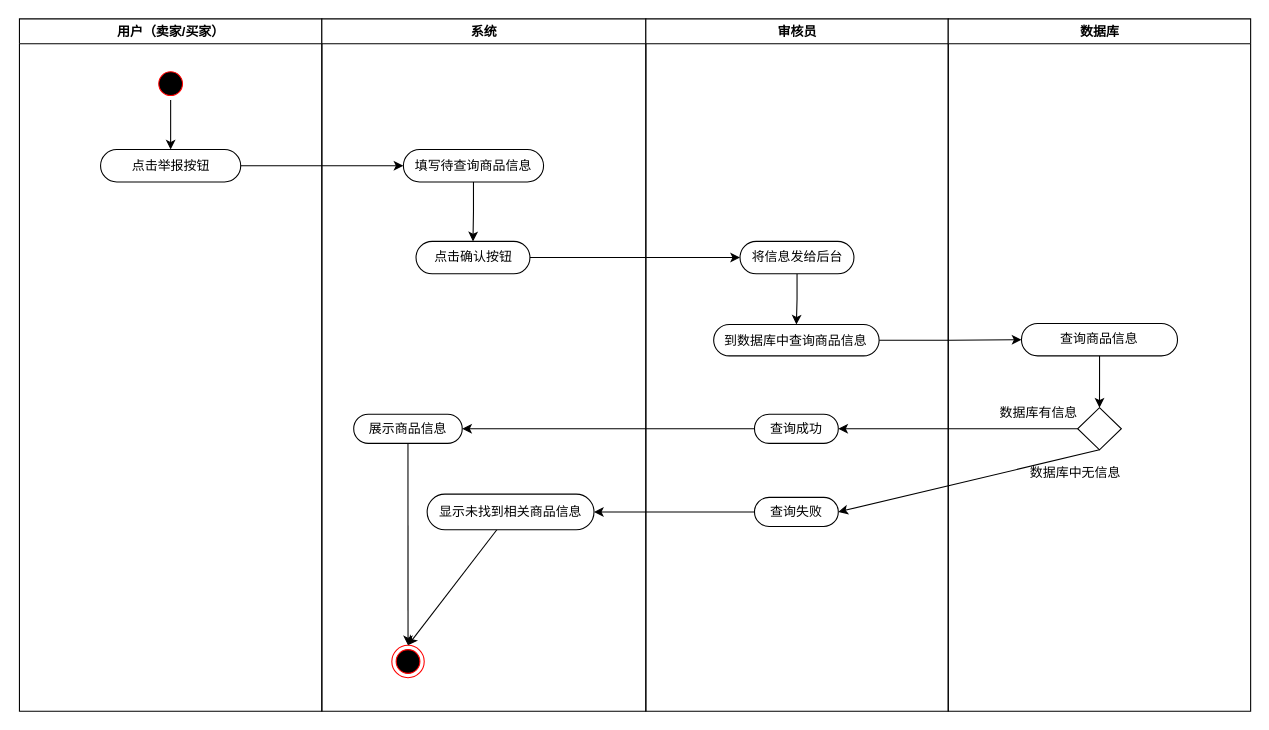
200928/image keeps this draw.io diagram as 违规举报活动图.drawio. Above is the earlier version. Source tidied: cells renumbered, new cells numbered last; positions are measured from the earlier drawing's top-left corner, leaving out a move shared by most shapes. Both pictures are drawn from the tidied source at 108%, with x=0, y=0 at pixel (18, 18).
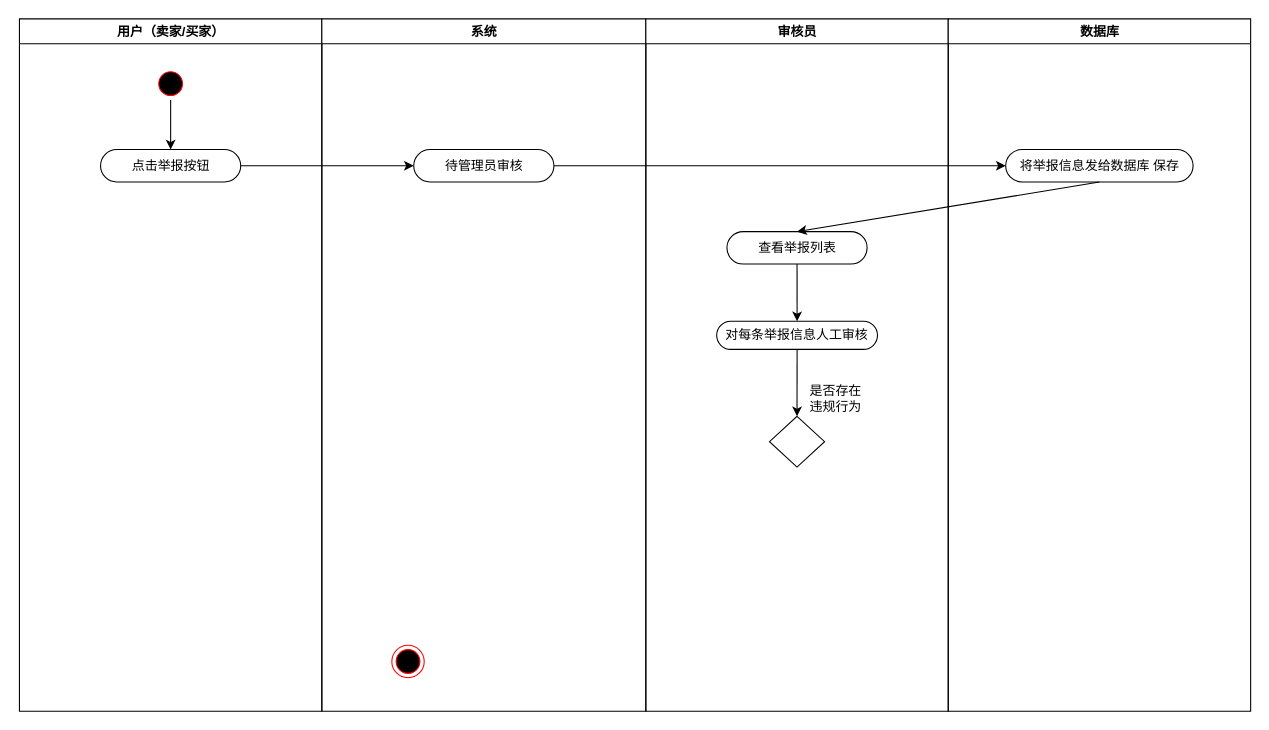
Above is the later version.

Commit message (it also covers changes not shown here):
更新违规举报活动图.drawio

Unchanged cells that the change refers to:
```xml
<mxCell id="5" value="点击举报按钮" style="rounded=1;whiteSpace=wrap;html=1;arcSize=50;" parent="2" vertex="1">
  <mxGeometry x="75.1" y="121" width="129.8" height="30" as="geometry" />
</mxCell>
<mxCell id="6" value="系统" style="swimlane;whiteSpace=wrap;" parent="1" vertex="1">
  <mxGeometry x="280.5" width="300" height="641" as="geometry" />
</mxCell>
<mxCell id="15" value="审核员" style="swimlane;whiteSpace=wrap;" parent="1" vertex="1">
  <mxGeometry x="580.5" width="280" height="641" as="geometry" />
</mxCell>
```

The edit, as a diff of the source:
```diff
@@
-    <mxCell id="7" style="edgeStyle=orthogonalEdgeStyle;rounded=0;jettySize=auto;html=1;entryX=0.5;entryY=0;entryDx=0;entryDy=0;" parent="6" edge="1" source="8" target="9">
-      <mxGeometry relative="1" as="geometry" />
-    </mxCell>
+    <mxCell id="10" style="ellipse;html=1;shape=endState;fillColor=#000000;strokeColor=#ff0000;" parent="6" vertex="1">
+      <mxGeometry x="64.8" y="580" width="30" height="30" as="geometry" />
+    </mxCell>
-    <mxCell id="8" value="填写待查询商品信息" style="rounded=1;whiteSpace=wrap;html=1;arcSize=50;" parent="6" vertex="1">
-      <mxGeometry x="75.5" y="121" width="129.8" height="30" as="geometry" />
+    <mxCell id="8" value="待管理员审核" style="rounded=1;whiteSpace=wrap;html=1;arcSize=50;" parent="6" vertex="1">
+      <mxGeometry x="85.1" y="121" width="129.8" height="30" as="geometry" />
     </mxCell>
-    <mxCell id="9" value="点击确认按钮" style="rounded=1;whiteSpace=wrap;html=1;arcSize=50;" parent="6" vertex="1">
-      <mxGeometry x="87.2" y="206" width="105.5" height="30" as="geometry" />
-    </mxCell>
-    <mxCell id="10" style="ellipse;html=1;shape=endState;fillColor=#000000;strokeColor=#ff0000;" parent="6" vertex="1">
-      <mxGeometry x="64.8" y="580" width="30" height="30" as="geometry" />
-    </mxCell>
-    <mxCell id="11" style="edgeStyle=none;rounded=0;jettySize=auto;html=1;entryX=0.5;entryY=0;entryDx=0;entryDy=0;" parent="6" edge="1" source="12" target="10">
-      <mxGeometry relative="1" as="geometry" />
-    </mxCell>
-    <mxCell id="12" value="展示商品信息" style="rounded=1;whiteSpace=wrap;html=1;arcSize=50;" parent="6" vertex="1">
-      <mxGeometry x="29.5" y="366" width="100.5" height="27" as="geometry" />
-    </mxCell>
-    <mxCell id="13" style="edgeStyle=none;rounded=0;jettySize=auto;html=1;entryX=0.5;entryY=0;entryDx=0;entryDy=0;" parent="6" edge="1" source="14" target="10">
-      <mxGeometry relative="1" as="geometry" />
-    </mxCell>
-    <mxCell id="14" value="显示未找到相关商品信息" style="rounded=1;whiteSpace=wrap;html=1;arcSize=50;" parent="6" vertex="1">
-      <mxGeometry x="97.5" y="440" width="154.5" height="33" as="geometry" />
-    </mxCell>
@@
-    <mxCell id="16" style="edgeStyle=orthogonalEdgeStyle;rounded=0;jettySize=auto;html=1;entryX=0.5;entryY=0;entryDx=0;entryDy=0;" parent="15" edge="1" source="17" target="18">
-      <mxGeometry relative="1" as="geometry" />
-    </mxCell>
+    <mxCell id="34" style="edgeStyle=none;rounded=0;jettySize=auto;html=1;entryX=0.5;entryY=0;entryDx=0;entryDy=0;" parent="15" edge="1" source="35" target="37">
+      <mxGeometry relative="1" as="geometry" />
+    </mxCell>
+    <mxCell id="35" value="查看举报列表" style="rounded=1;whiteSpace=wrap;html=1;arcSize=50;" parent="15" vertex="1">
+      <mxGeometry x="75.1" y="197" width="129.8" height="30" as="geometry" />
+    </mxCell>
+    <mxCell id="36" style="edgeStyle=none;rounded=0;jettySize=auto;html=1;entryX=0.5;entryY=0;entryDx=0;entryDy=0;" parent="15" edge="1" source="37" target="38">
+      <mxGeometry relative="1" as="geometry" />
+    </mxCell>
+    <mxCell id="37" value="对每条举报信息人工审核" style="rounded=1;whiteSpace=wrap;html=1;arcSize=50;" parent="15" vertex="1">
+      <mxGeometry x="65.6" y="280" width="148.9" height="26" as="geometry" />
+    </mxCell>
+    <mxCell id="38" style="rhombus;whiteSpace=wrap;html=1;" parent="15" vertex="1">
+      <mxGeometry x="114.5" y="368" width="51" height="47" as="geometry" />
+    </mxCell>
+    <mxCell id="39" value="是否存在&lt;br&gt;违规行为" style="text;html=1;align=center;verticalAlign=middle;strokeColor=none;fillColor=none;" parent="15" vertex="1">
+      <mxGeometry x="146.9" y="336" width="58" height="32" as="geometry" />
+    </mxCell>
+    <mxCell id="21" value="数据库" style="swimlane;whiteSpace=wrap;" parent="1" vertex="1">
+      <mxGeometry x="860.5" width="280" height="641" as="geometry" />
+    </mxCell>
-    <mxCell id="17" value="将信息发给后台" style="rounded=1;whiteSpace=wrap;html=1;arcSize=50;" parent="15" vertex="1">
-      <mxGeometry x="87.2" y="206" width="105.5" height="30" as="geometry" />
+    <mxCell id="17" value="将举报信息发给数据库 保存" style="rounded=1;whiteSpace=wrap;html=1;arcSize=50;" parent="21" vertex="1">
+      <mxGeometry x="53.2" y="121" width="173.5" height="30" as="geometry" />
     </mxCell>
-    <mxCell id="18" value="到数据库中查询商品信息" style="rounded=1;whiteSpace=wrap;html=1;arcSize=50;" parent="15" vertex="1">
-      <mxGeometry x="62.8" y="283" width="153.2" height="29" as="geometry" />
-    </mxCell>
-    <mxCell id="19" value="查询成功" style="rounded=1;whiteSpace=wrap;html=1;arcSize=50;" parent="15" vertex="1">
-      <mxGeometry x="100.6" y="366" width="77.6" height="27" as="geometry" />
-    </mxCell>
-    <mxCell id="20" value="查询失败" style="rounded=1;whiteSpace=wrap;html=1;arcSize=50;" parent="15" vertex="1">
-      <mxGeometry x="100.6" y="443" width="77.6" height="27" as="geometry" />
-    </mxCell>
-    <mxCell id="21" value="数据库" style="swimlane;whiteSpace=wrap;" parent="1" vertex="1">
-      <mxGeometry x="860.5" width="280" height="641" as="geometry" />
-    </mxCell>
-    <mxCell id="22" style="edgeStyle=orthogonalEdgeStyle;rounded=0;jettySize=auto;html=1;entryX=0.5;entryY=0;entryDx=0;entryDy=0;" parent="21" edge="1" source="23" target="24">
-      <mxGeometry relative="1" as="geometry" />
-    </mxCell>
-    <mxCell id="23" value="查询商品信息" style="rounded=1;whiteSpace=wrap;html=1;arcSize=50;" parent="21" vertex="1">
-      <mxGeometry x="67.8" y="282" width="144.5" height="30" as="geometry" />
-    </mxCell>
-    <mxCell id="24" style="rhombus;whiteSpace=wrap;html=1;" parent="21" vertex="1">
-      <mxGeometry x="119.8" y="360" width="40.5" height="39" as="geometry" />
-    </mxCell>
-    <mxCell id="25" value="数据库有信息" style="text;html=1;align=center;verticalAlign=middle;strokeColor=none;fillColor=none;" parent="21" vertex="1">
-      <mxGeometry x="42.5" y="356" width="82" height="18" as="geometry" />
-    </mxCell>
-    <mxCell id="26" value="数据库中无信息" style="text;html=1;align=center;verticalAlign=middle;strokeColor=none;fillColor=none;" parent="21" vertex="1">
-      <mxGeometry x="70.5" y="412" width="94" height="18" as="geometry" />
-    </mxCell>
+    <mxCell id="40" style="edgeStyle=orthogonalEdgeStyle;rounded=0;jettySize=auto;html=1;entryX=0;entryY=0.5;entryDx=0;entryDy=0;" parent="1" edge="1" source="8" target="17">
+      <mxGeometry relative="1" as="geometry" />
+    </mxCell>
-    <mxCell id="27" style="edgeStyle=orthogonalEdgeStyle;rounded=0;jettySize=auto;html=1;entryX=0;entryY=0.5;entryDx=0;entryDy=0;" parent="1" edge="1" source="5" target="8">
+    <mxCell id="27" style="rounded=0;jettySize=auto;html=1;entryX=0;entryY=0.5;entryDx=0;entryDy=0;" parent="1" edge="1" source="5" target="8">
       <mxGeometry relative="1" as="geometry" />
     </mxCell>
-    <mxCell id="28" style="edgeStyle=orthogonalEdgeStyle;rounded=0;jettySize=auto;html=1;entryX=0;entryY=0.5;entryDx=0;entryDy=0;" parent="1" edge="1" source="9" target="17">
-      <mxGeometry relative="1" as="geometry" />
-    </mxCell>
-    <mxCell id="29" style="edgeStyle=orthogonalEdgeStyle;rounded=0;jettySize=auto;html=1;entryX=0;entryY=0.5;entryDx=0;entryDy=0;" parent="1" edge="1" source="18" target="23">
-      <mxGeometry relative="1" as="geometry" />
-    </mxCell>
-    <mxCell id="30" style="edgeStyle=orthogonalEdgeStyle;rounded=0;jettySize=auto;html=1;entryX=1;entryY=0.5;entryDx=0;entryDy=0;" parent="1" edge="1" source="24" target="19">
-      <mxGeometry relative="1" as="geometry" />
-    </mxCell>
-    <mxCell id="31" style="rounded=0;jettySize=auto;html=1;entryX=1;entryY=0.5;entryDx=0;entryDy=0;exitX=0.5;exitY=1;exitDx=0;exitDy=0;" parent="1" edge="1" source="24" target="20">
-      <mxGeometry relative="1" as="geometry" />
-    </mxCell>
-    <mxCell id="32" style="edgeStyle=none;rounded=0;jettySize=auto;html=1;entryX=1;entryY=0.5;entryDx=0;entryDy=0;" parent="1" edge="1" source="19" target="12">
-      <mxGeometry relative="1" as="geometry" />
-    </mxCell>
-    <mxCell id="33" style="edgeStyle=none;rounded=0;jettySize=auto;html=1;entryX=1;entryY=0.5;entryDx=0;entryDy=0;" parent="1" edge="1" source="20" target="14">
-      <mxGeometry relative="1" as="geometry" />
-    </mxCell>
+    <mxCell id="41" style="edgeStyle=none;rounded=0;jettySize=auto;html=1;entryX=0.5;entryY=0;entryDx=0;entryDy=0;exitX=0.5;exitY=1;exitDx=0;exitDy=0;" parent="1" edge="1" source="17" target="35">
+      <mxGeometry relative="1" as="geometry" />
+    </mxCell>
```
